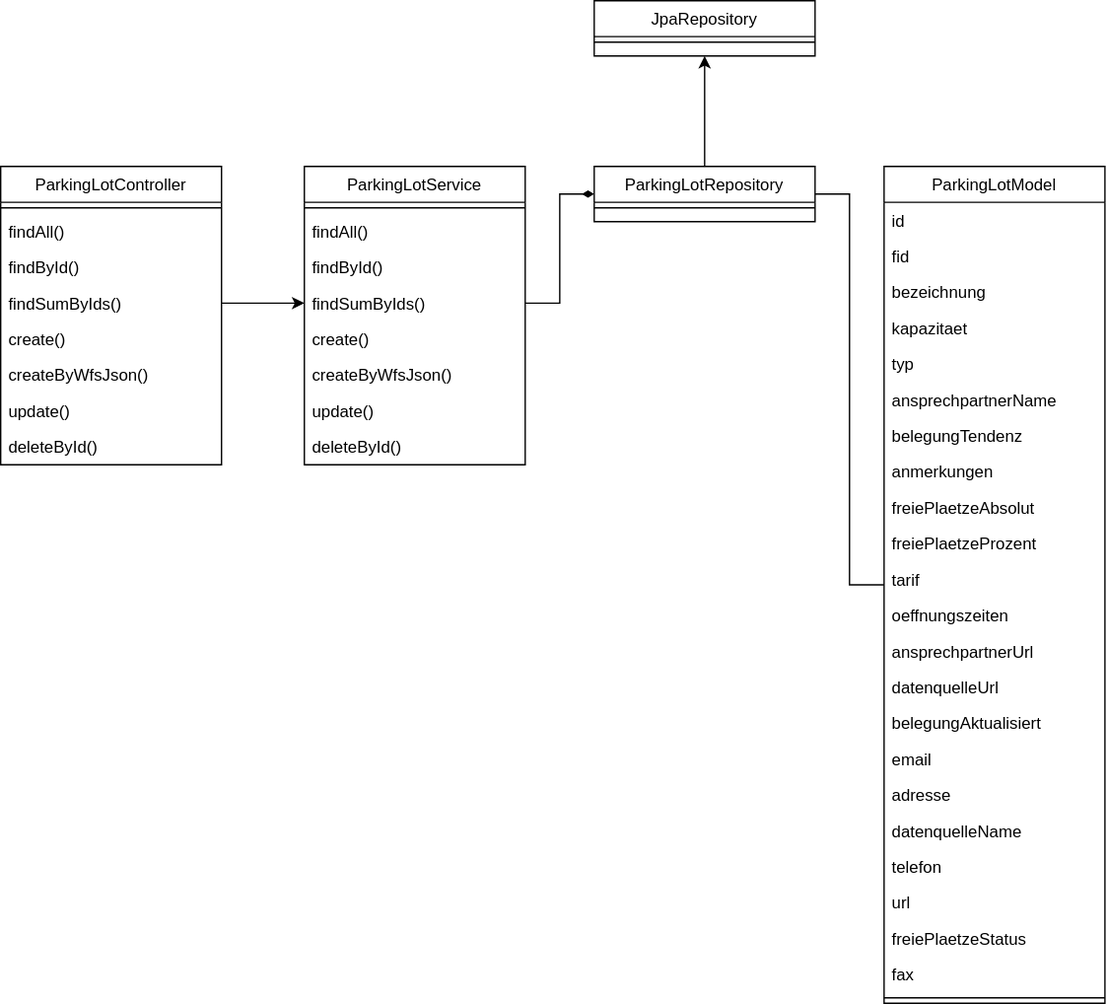
Before: diagrams/class.drawio.svg, a diagram exported from draw.io (Wuts0n/trafficon-application-exercise). Source tidied: cells renumbered, new cells last; positions are measured from the earlier drawing's top-left corner, leaving out a move shared by most shapes. Source of this version:
```xml
<mxGraphModel>
  <root>
    <mxCell id="0" />
    <mxCell id="1" parent="0" />
    <mxCell id="2" value="ParkingLotController" style="swimlane;fontStyle=0;align=center;verticalAlign=top;horizontal=1;startSize=26;rounded=0;shadow=0;strokeWidth=1;" parent="1" vertex="1">
      <mxGeometry y="120" width="160" height="216" as="geometry" />
    </mxCell>
    <mxCell id="3" style="line;html=1;strokeWidth=1;align=left;verticalAlign=middle;spacingTop=-1;spacingLeft=3;spacingRight=3;labelPosition=right;" parent="2" vertex="1">
      <mxGeometry y="26" width="160" height="8" as="geometry" />
    </mxCell>
    <mxCell id="4" value="findAll()" style="text;align=left;verticalAlign=top;spacingLeft=4;spacingRight=4;overflow=hidden;fontStyle=0;" parent="2" vertex="1">
      <mxGeometry y="34" width="160" height="26" as="geometry" />
    </mxCell>
    <mxCell id="5" value="findById()" style="text;align=left;verticalAlign=top;spacingLeft=4;spacingRight=4;overflow=hidden;" parent="2" vertex="1">
      <mxGeometry y="60" width="160" height="26" as="geometry" />
    </mxCell>
    <mxCell id="6" value="findSumByIds()" style="text;align=left;verticalAlign=top;spacingLeft=4;spacingRight=4;overflow=hidden;points=[[0,0.5],[1,0.5]];portConstraint=eastwest;" parent="2" vertex="1">
      <mxGeometry y="86" width="160" height="26" as="geometry" />
    </mxCell>
    <mxCell id="7" value="create()&#10;" style="text;align=left;verticalAlign=top;spacingLeft=4;spacingRight=4;overflow=hidden;" parent="2" vertex="1">
      <mxGeometry y="112" width="160" height="26" as="geometry" />
    </mxCell>
    <mxCell id="8" value="createByWfsJson()&#10;" style="text;align=left;verticalAlign=top;spacingLeft=4;spacingRight=4;overflow=hidden;" parent="2" vertex="1">
      <mxGeometry y="138" width="160" height="26" as="geometry" />
    </mxCell>
    <mxCell id="9" value="update()" style="text;align=left;verticalAlign=top;spacingLeft=4;spacingRight=4;overflow=hidden;" parent="2" vertex="1">
      <mxGeometry y="164" width="160" height="26" as="geometry" />
    </mxCell>
    <mxCell id="10" value="deleteById()" style="text;align=left;verticalAlign=top;spacingLeft=4;spacingRight=4;overflow=hidden;" parent="2" vertex="1">
      <mxGeometry y="190" width="160" height="26" as="geometry" />
    </mxCell>
    <mxCell id="11" value="ParkingLotService" style="swimlane;fontStyle=0;align=center;verticalAlign=top;horizontal=1;startSize=26;rounded=0;shadow=0;strokeWidth=1;" parent="1" vertex="1">
      <mxGeometry x="220" y="120" width="160" height="216" as="geometry" />
    </mxCell>
    <mxCell id="12" style="line;html=1;strokeWidth=1;align=left;verticalAlign=middle;spacingTop=-1;spacingLeft=3;spacingRight=3;labelPosition=right;" parent="11" vertex="1">
      <mxGeometry y="26" width="160" height="8" as="geometry" />
    </mxCell>
    <mxCell id="13" value="findAll()" style="text;align=left;verticalAlign=top;spacingLeft=4;spacingRight=4;overflow=hidden;fontStyle=0;" parent="11" vertex="1">
      <mxGeometry y="34" width="160" height="26" as="geometry" />
    </mxCell>
    <mxCell id="14" value="findById()" style="text;align=left;verticalAlign=top;spacingLeft=4;spacingRight=4;overflow=hidden;" parent="11" vertex="1">
      <mxGeometry y="60" width="160" height="26" as="geometry" />
    </mxCell>
    <mxCell id="15" value="findSumByIds()" style="text;align=left;verticalAlign=top;spacingLeft=4;spacingRight=4;overflow=hidden;points=[[0,0.5],[1,0.5]];portConstraint=eastwest;" parent="11" vertex="1">
      <mxGeometry y="86" width="160" height="26" as="geometry" />
    </mxCell>
    <mxCell id="16" value="create()&#10;" style="text;align=left;verticalAlign=top;spacingLeft=4;spacingRight=4;overflow=hidden;" parent="11" vertex="1">
      <mxGeometry y="112" width="160" height="26" as="geometry" />
    </mxCell>
    <mxCell id="17" value="createByWfsJson()&#10;" style="text;align=left;verticalAlign=top;spacingLeft=4;spacingRight=4;overflow=hidden;" parent="11" vertex="1">
      <mxGeometry y="138" width="160" height="26" as="geometry" />
    </mxCell>
    <mxCell id="18" value="update()" style="text;align=left;verticalAlign=top;spacingLeft=4;spacingRight=4;overflow=hidden;" parent="11" vertex="1">
      <mxGeometry y="164" width="160" height="26" as="geometry" />
    </mxCell>
    <mxCell id="19" value="deleteById()" style="text;align=left;verticalAlign=top;spacingLeft=4;spacingRight=4;overflow=hidden;" parent="11" vertex="1">
      <mxGeometry y="190" width="160" height="26" as="geometry" />
    </mxCell>
    <mxCell id="20" style="edgeStyle=orthogonalEdgeStyle;rounded=0;jettySize=auto;html=1;exitX=1;exitY=0.5;exitDx=0;exitDy=0;endArrow=none;endFill=0;" parent="1" edge="1" source="21" target="23">
      <mxGeometry relative="1" as="geometry" />
    </mxCell>
    <mxCell id="21" value="ParkingLotRepository" style="swimlane;fontStyle=0;align=center;verticalAlign=top;horizontal=1;startSize=26;rounded=0;shadow=0;strokeWidth=1;" parent="1" vertex="1">
      <mxGeometry x="430" y="120" width="160" height="40" as="geometry" />
    </mxCell>
    <mxCell id="22" style="line;html=1;strokeWidth=1;align=left;verticalAlign=middle;spacingTop=-1;spacingLeft=3;spacingRight=3;labelPosition=right;" parent="21" vertex="1">
      <mxGeometry y="26" width="160" height="8" as="geometry" />
    </mxCell>
    <mxCell id="23" value="ParkingLotModel" style="swimlane;fontStyle=0;align=center;verticalAlign=top;horizontal=1;startSize=26;rounded=0;shadow=0;strokeWidth=1;" parent="1" vertex="1">
      <mxGeometry x="640" y="120" width="160" height="606" as="geometry" />
    </mxCell>
    <mxCell id="24" value="id" style="text;align=left;verticalAlign=top;spacingLeft=4;spacingRight=4;overflow=hidden;" parent="23" vertex="1">
      <mxGeometry y="26" width="160" height="26" as="geometry" />
    </mxCell>
    <mxCell id="25" value="fid" style="text;align=left;verticalAlign=top;spacingLeft=4;spacingRight=4;overflow=hidden;" parent="23" vertex="1">
      <mxGeometry y="52" width="160" height="26" as="geometry" />
    </mxCell>
    <mxCell id="26" value="bezeichnung" style="text;align=left;verticalAlign=top;spacingLeft=4;spacingRight=4;overflow=hidden;" parent="23" vertex="1">
      <mxGeometry y="78" width="160" height="26" as="geometry" />
    </mxCell>
    <mxCell id="27" value="kapazitaet" style="text;align=left;verticalAlign=top;spacingLeft=4;spacingRight=4;overflow=hidden;" parent="23" vertex="1">
      <mxGeometry y="104" width="160" height="26" as="geometry" />
    </mxCell>
    <mxCell id="28" value="typ" style="text;align=left;verticalAlign=top;spacingLeft=4;spacingRight=4;overflow=hidden;" parent="23" vertex="1">
      <mxGeometry y="130" width="160" height="26" as="geometry" />
    </mxCell>
    <mxCell id="29" value="ansprechpartnerName" style="text;align=left;verticalAlign=top;spacingLeft=4;spacingRight=4;overflow=hidden;" parent="23" vertex="1">
      <mxGeometry y="156" width="160" height="26" as="geometry" />
    </mxCell>
    <mxCell id="30" value="belegungTendenz" style="text;align=left;verticalAlign=top;spacingLeft=4;spacingRight=4;overflow=hidden;" parent="23" vertex="1">
      <mxGeometry y="182" width="160" height="26" as="geometry" />
    </mxCell>
    <mxCell id="31" value="anmerkungen" style="text;align=left;verticalAlign=top;spacingLeft=4;spacingRight=4;overflow=hidden;" parent="23" vertex="1">
      <mxGeometry y="208" width="160" height="26" as="geometry" />
    </mxCell>
    <mxCell id="32" value="freiePlaetzeAbsolut" style="text;align=left;verticalAlign=top;spacingLeft=4;spacingRight=4;overflow=hidden;" parent="23" vertex="1">
      <mxGeometry y="234" width="160" height="26" as="geometry" />
    </mxCell>
    <mxCell id="33" value="freiePlaetzeProzent" style="text;align=left;verticalAlign=top;spacingLeft=4;spacingRight=4;overflow=hidden;" parent="23" vertex="1">
      <mxGeometry y="260" width="160" height="26" as="geometry" />
    </mxCell>
    <mxCell id="34" value="tarif" style="text;align=left;verticalAlign=top;spacingLeft=4;spacingRight=4;overflow=hidden;" parent="23" vertex="1">
      <mxGeometry y="286" width="160" height="26" as="geometry" />
    </mxCell>
    <mxCell id="35" value="oeffnungszeiten" style="text;align=left;verticalAlign=top;spacingLeft=4;spacingRight=4;overflow=hidden;" parent="23" vertex="1">
      <mxGeometry y="312" width="160" height="26" as="geometry" />
    </mxCell>
    <mxCell id="36" value="ansprechpartnerUrl" style="text;align=left;verticalAlign=top;spacingLeft=4;spacingRight=4;overflow=hidden;" parent="23" vertex="1">
      <mxGeometry y="338" width="160" height="26" as="geometry" />
    </mxCell>
    <mxCell id="37" value="datenquelleUrl" style="text;align=left;verticalAlign=top;spacingLeft=4;spacingRight=4;overflow=hidden;" parent="23" vertex="1">
      <mxGeometry y="364" width="160" height="26" as="geometry" />
    </mxCell>
    <mxCell id="38" value="belegungAktualisiert" style="text;align=left;verticalAlign=top;spacingLeft=4;spacingRight=4;overflow=hidden;" parent="23" vertex="1">
      <mxGeometry y="390" width="160" height="26" as="geometry" />
    </mxCell>
    <mxCell id="39" value="email" style="text;align=left;verticalAlign=top;spacingLeft=4;spacingRight=4;overflow=hidden;" parent="23" vertex="1">
      <mxGeometry y="416" width="160" height="26" as="geometry" />
    </mxCell>
    <mxCell id="40" value="adresse" style="text;align=left;verticalAlign=top;spacingLeft=4;spacingRight=4;overflow=hidden;" parent="23" vertex="1">
      <mxGeometry y="442" width="160" height="26" as="geometry" />
    </mxCell>
    <mxCell id="41" value="datenquelleName" style="text;align=left;verticalAlign=top;spacingLeft=4;spacingRight=4;overflow=hidden;" parent="23" vertex="1">
      <mxGeometry y="468" width="160" height="26" as="geometry" />
    </mxCell>
    <mxCell id="42" value="telefon" style="text;align=left;verticalAlign=top;spacingLeft=4;spacingRight=4;overflow=hidden;" parent="23" vertex="1">
      <mxGeometry y="494" width="160" height="26" as="geometry" />
    </mxCell>
    <mxCell id="43" value="url" style="text;align=left;verticalAlign=top;spacingLeft=4;spacingRight=4;overflow=hidden;" parent="23" vertex="1">
      <mxGeometry y="520" width="160" height="26" as="geometry" />
    </mxCell>
    <mxCell id="44" value="freiePlaetzeStatus" style="text;align=left;verticalAlign=top;spacingLeft=4;spacingRight=4;overflow=hidden;" parent="23" vertex="1">
      <mxGeometry y="546" width="160" height="26" as="geometry" />
    </mxCell>
    <mxCell id="45" value="fax" style="text;align=left;verticalAlign=top;spacingLeft=4;spacingRight=4;overflow=hidden;" parent="23" vertex="1">
      <mxGeometry y="572" width="160" height="26" as="geometry" />
    </mxCell>
    <mxCell id="46" style="line;html=1;strokeWidth=1;align=left;verticalAlign=middle;spacingTop=-1;spacingLeft=3;spacingRight=3;labelPosition=right;" parent="23" vertex="1">
      <mxGeometry y="598" width="160" height="8" as="geometry" />
    </mxCell>
    <mxCell id="47" value="JpaRepository" style="swimlane;fontStyle=0;align=center;verticalAlign=top;horizontal=1;startSize=26;rounded=0;shadow=0;strokeWidth=1;" parent="1" vertex="1">
      <mxGeometry x="430" width="160" height="40" as="geometry" />
    </mxCell>
    <mxCell id="48" style="line;html=1;strokeWidth=1;align=left;verticalAlign=middle;spacingTop=-1;spacingLeft=3;spacingRight=3;labelPosition=right;" parent="47" vertex="1">
      <mxGeometry y="26" width="160" height="8" as="geometry" />
    </mxCell>
    <mxCell id="49" style="endArrow=classic;html=1;rounded=0;exitX=0.5;exitY=0;exitDx=0;exitDy=0;entryX=0.5;entryY=1;entryDx=0;entryDy=0;" parent="1" edge="1" source="21" target="47">
      <mxGeometry relative="1" as="geometry" />
    </mxCell>
    <mxCell id="50" style="edgeStyle=orthogonalEdgeStyle;rounded=0;jettySize=auto;html=1;exitX=1;exitY=0.5;exitDx=0;exitDy=0;entryX=0;entryY=0.5;entryDx=0;entryDy=0;" parent="1" edge="1" source="6" target="15">
      <mxGeometry relative="1" as="geometry" />
    </mxCell>
    <mxCell id="51" style="edgeStyle=orthogonalEdgeStyle;rounded=0;jettySize=auto;html=1;exitX=1;exitY=0.5;exitDx=0;exitDy=0;entryX=0;entryY=0.5;entryDx=0;entryDy=0;endArrow=diamondThin;endFill=1;" parent="1" edge="1" source="15" target="21">
      <mxGeometry relative="1" as="geometry" />
    </mxCell>
  </root>
</mxGraphModel>
```
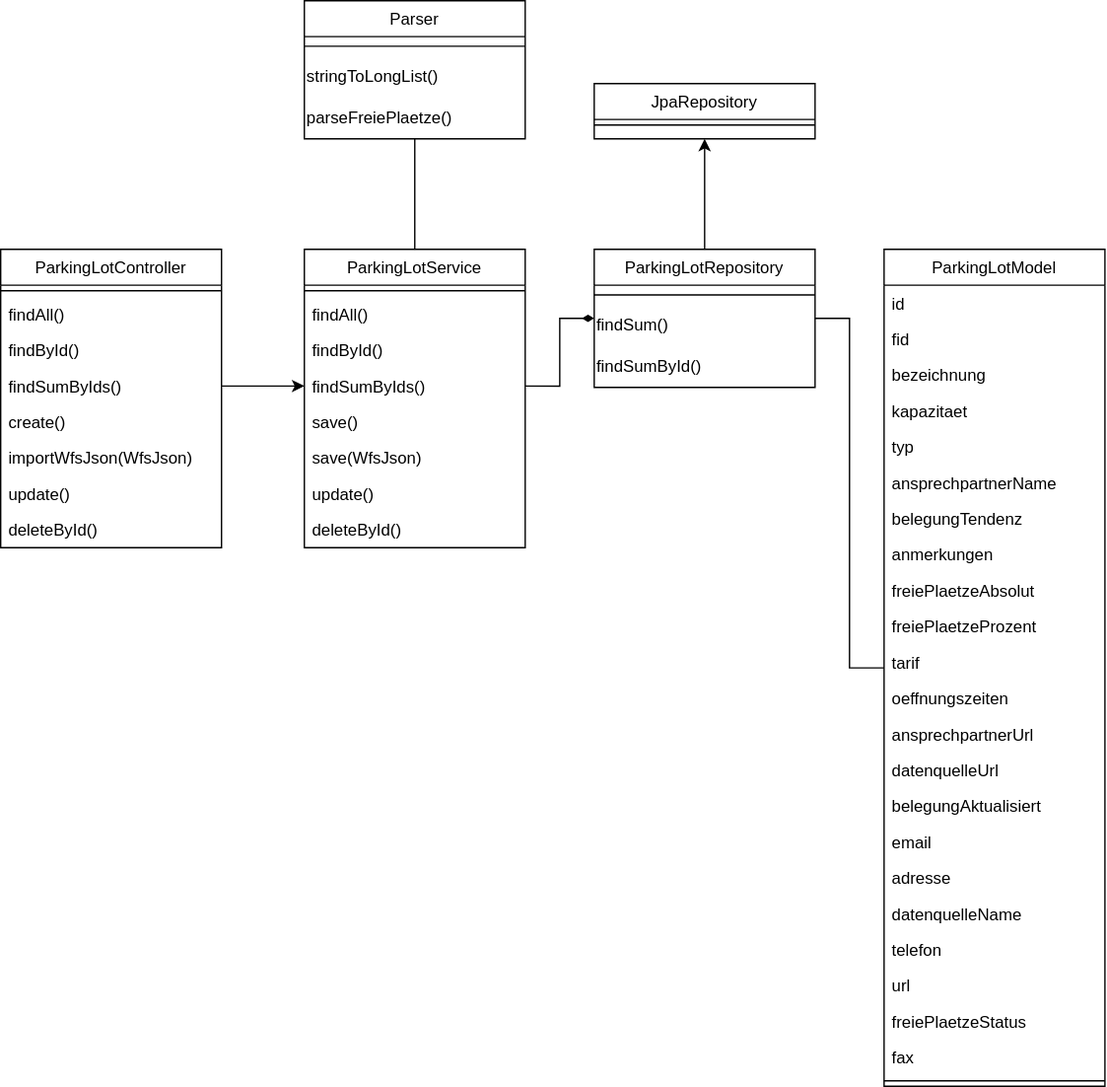
After the commit.

Commit message:
adapt class diagram

Change to the diagram source:
```diff
@@ -17,10 +17,10 @@
     <mxCell id="6" value="findSumByIds()" style="text;align=left;verticalAlign=top;spacingLeft=4;spacingRight=4;overflow=hidden;points=[[0,0.5],[1,0.5]];portConstraint=eastwest;" parent="2" vertex="1">
       <mxGeometry y="86" width="160" height="26" as="geometry" />
     </mxCell>
-    <mxCell id="7" value="create()&#10;" style="text;align=left;verticalAlign=top;spacingLeft=4;spacingRight=4;overflow=hidden;" parent="2" vertex="1">
+    <mxCell id="7" value="create()" style="text;align=left;verticalAlign=top;spacingLeft=4;spacingRight=4;overflow=hidden;" parent="2" vertex="1">
       <mxGeometry y="112" width="160" height="26" as="geometry" />
     </mxCell>
-    <mxCell id="8" value="createByWfsJson()&#10;" style="text;align=left;verticalAlign=top;spacingLeft=4;spacingRight=4;overflow=hidden;" parent="2" vertex="1">
+    <mxCell id="8" value="importWfsJson(WfsJson)&#10;" style="text;align=left;verticalAlign=top;spacingLeft=4;spacingRight=4;overflow=hidden;" parent="2" vertex="1">
       <mxGeometry y="138" width="160" height="26" as="geometry" />
     </mxCell>
     <mxCell id="9" value="update()" style="text;align=left;verticalAlign=top;spacingLeft=4;spacingRight=4;overflow=hidden;" parent="2" vertex="1">
@@ -29,6 +29,9 @@
     <mxCell id="10" value="deleteById()" style="text;align=left;verticalAlign=top;spacingLeft=4;spacingRight=4;overflow=hidden;" parent="2" vertex="1">
       <mxGeometry y="190" width="160" height="26" as="geometry" />
     </mxCell>
+    <mxCell id="52" style="edgeStyle=orthogonalEdgeStyle;rounded=0;jettySize=auto;html=1;exitX=0.5;exitY=0;exitDx=0;exitDy=0;entryX=0.5;entryY=1;entryDx=0;entryDy=0;endArrow=none;endFill=0;" parent="1" edge="1" source="11" target="55">
+      <mxGeometry relative="1" as="geometry" />
+    </mxCell>
     <mxCell id="11" value="ParkingLotService" style="swimlane;fontStyle=0;align=center;verticalAlign=top;horizontal=1;startSize=26;rounded=0;shadow=0;strokeWidth=1;" parent="1" vertex="1">
       <mxGeometry x="220" y="120" width="160" height="216" as="geometry" />
     </mxCell>
@@ -44,10 +47,10 @@
     <mxCell id="15" value="findSumByIds()" style="text;align=left;verticalAlign=top;spacingLeft=4;spacingRight=4;overflow=hidden;points=[[0,0.5],[1,0.5]];portConstraint=eastwest;" parent="11" vertex="1">
       <mxGeometry y="86" width="160" height="26" as="geometry" />
     </mxCell>
-    <mxCell id="16" value="create()&#10;" style="text;align=left;verticalAlign=top;spacingLeft=4;spacingRight=4;overflow=hidden;" parent="11" vertex="1">
+    <mxCell id="16" value="save()" style="text;align=left;verticalAlign=top;spacingLeft=4;spacingRight=4;overflow=hidden;" parent="11" vertex="1">
       <mxGeometry y="112" width="160" height="26" as="geometry" />
     </mxCell>
-    <mxCell id="17" value="createByWfsJson()&#10;" style="text;align=left;verticalAlign=top;spacingLeft=4;spacingRight=4;overflow=hidden;" parent="11" vertex="1">
+    <mxCell id="17" value="save(WfsJson)" style="text;align=left;verticalAlign=top;spacingLeft=4;spacingRight=4;overflow=hidden;" parent="11" vertex="1">
       <mxGeometry y="138" width="160" height="26" as="geometry" />
     </mxCell>
     <mxCell id="18" value="update()" style="text;align=left;verticalAlign=top;spacingLeft=4;spacingRight=4;overflow=hidden;" parent="11" vertex="1">
@@ -60,11 +63,17 @@
       <mxGeometry relative="1" as="geometry" />
     </mxCell>
     <mxCell id="21" value="ParkingLotRepository" style="swimlane;fontStyle=0;align=center;verticalAlign=top;horizontal=1;startSize=26;rounded=0;shadow=0;strokeWidth=1;" parent="1" vertex="1">
-      <mxGeometry x="430" y="120" width="160" height="40" as="geometry" />
+      <mxGeometry x="430" y="120" width="160" height="100" as="geometry" />
     </mxCell>
     <mxCell id="22" style="line;html=1;strokeWidth=1;align=left;verticalAlign=middle;spacingTop=-1;spacingLeft=3;spacingRight=3;labelPosition=right;" parent="21" vertex="1">
-      <mxGeometry y="26" width="160" height="8" as="geometry" />
+      <mxGeometry y="26" width="160" height="14" as="geometry" />
     </mxCell>
+    <mxCell id="53" value="&lt;div align=&quot;left&quot;&gt;findSum()&lt;/div&gt;" style="text;html=1;align=left;verticalAlign=middle;strokeColor=none;fillColor=none;" parent="21" vertex="1">
+      <mxGeometry y="40" width="160" height="30" as="geometry" />
+    </mxCell>
+    <mxCell id="54" value="&lt;div align=&quot;left&quot;&gt;findSumById()&lt;/div&gt;" style="text;html=1;align=left;verticalAlign=middle;strokeColor=none;fillColor=none;" parent="21" vertex="1">
+      <mxGeometry y="70" width="160" height="30" as="geometry" />
+    </mxCell>
     <mxCell id="23" value="ParkingLotModel" style="swimlane;fontStyle=0;align=center;verticalAlign=top;horizontal=1;startSize=26;rounded=0;shadow=0;strokeWidth=1;" parent="1" vertex="1">
       <mxGeometry x="640" y="120" width="160" height="606" as="geometry" />
     </mxCell>
@@ -152,5 +161,17 @@
     <mxCell id="51" style="edgeStyle=orthogonalEdgeStyle;rounded=0;jettySize=auto;html=1;exitX=1;exitY=0.5;exitDx=0;exitDy=0;entryX=0;entryY=0.5;entryDx=0;entryDy=0;endArrow=diamondThin;endFill=1;" parent="1" edge="1" source="15" target="21">
       <mxGeometry relative="1" as="geometry" />
     </mxCell>
+    <mxCell id="55" value="Parser" style="swimlane;fontStyle=0;align=center;verticalAlign=top;horizontal=1;startSize=26;rounded=0;shadow=0;strokeWidth=1;" parent="1" vertex="1">
+      <mxGeometry x="220" y="-60" width="160" height="100" as="geometry" />
+    </mxCell>
+    <mxCell id="56" style="line;html=1;strokeWidth=1;align=left;verticalAlign=middle;spacingTop=-1;spacingLeft=3;spacingRight=3;labelPosition=right;" parent="55" vertex="1">
+      <mxGeometry y="26" width="160" height="14" as="geometry" />
+    </mxCell>
+    <mxCell id="57" value="&lt;div align=&quot;left&quot;&gt;stringToLongList()&lt;/div&gt;" style="text;html=1;align=left;verticalAlign=middle;strokeColor=none;fillColor=none;" parent="55" vertex="1">
+      <mxGeometry y="40" width="160" height="30" as="geometry" />
+    </mxCell>
+    <mxCell id="58" value="parseFreiePlaetze()" style="text;html=1;align=left;verticalAlign=middle;strokeColor=none;fillColor=none;" parent="55" vertex="1">
+      <mxGeometry y="70" width="160" height="30" as="geometry" />
+    </mxCell>
   </root>
 </mxGraphModel>
```
